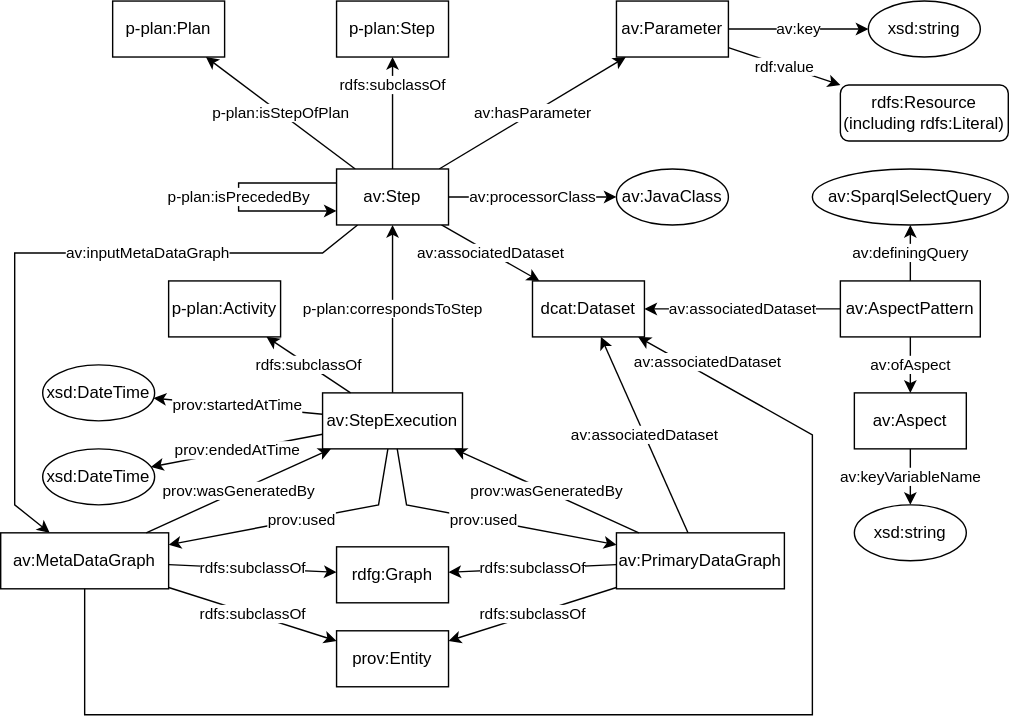
The draw.io diagram executionGraph.svg in fusion-jena/abecto-vocabulary, before a commit. Source tidied: cells renumbered, new cells last; positions are measured from the earlier drawing's top-left corner, leaving out a move shared by most shapes. The source it was exported from:
```xml
<mxGraphModel>
  <root>
    <mxCell id="0" />
    <mxCell id="1" parent="0" />
    <mxCell id="2" value="p-plan:isStepOfPlan" style="jettySize=auto;html=1;" parent="1" edge="1" source="6" target="7">
      <mxGeometry relative="1" as="geometry" />
    </mxCell>
    <mxCell id="3" value="av:associatedDataset" style="jettySize=auto;html=1;rounded=0;" parent="1" edge="1" source="6" target="8">
      <mxGeometry relative="1" as="geometry" />
    </mxCell>
    <mxCell id="4" value="av:hasParameter" style="edgeStyle=none;rounded=0;jettySize=auto;html=1;" parent="1" edge="1" source="6" target="13">
      <mxGeometry relative="1" as="geometry" />
    </mxCell>
    <mxCell id="5" value="av:inputMetaDataGraph" style="edgeStyle=none;rounded=0;jettySize=auto;html=1;" parent="1" edge="1" source="6" target="17">
      <mxGeometry x="-0.32" relative="1" as="geometry">
        <Array as="points">
          <mxPoint x="230" y="180" />
          <mxPoint x="10" y="180" />
          <mxPoint x="10" y="360" />
        </Array>
      </mxGeometry>
    </mxCell>
    <mxCell id="6" value="av:Step" style="whiteSpace=wrap;html=1;" parent="1" vertex="1">
      <mxGeometry x="240" y="120" width="80" height="40" as="geometry" />
    </mxCell>
    <mxCell id="7" value="p-plan:Plan" style="whiteSpace=wrap;html=1;" parent="1" vertex="1">
      <mxGeometry x="80" width="80" height="40" as="geometry" />
    </mxCell>
    <mxCell id="8" value="&lt;span style=&quot;background-color: rgb(255 , 255 , 255)&quot;&gt;&lt;font style=&quot;font-size: 12px&quot;&gt;dcat:Dataset&lt;/font&gt;&lt;/span&gt;" style="whiteSpace=wrap;html=1;" parent="1" vertex="1">
      <mxGeometry x="380" y="200" width="80" height="40" as="geometry" />
    </mxCell>
    <mxCell id="9" value="av:JavaClass" style="ellipse;whiteSpace=wrap;html=1;" parent="1" vertex="1">
      <mxGeometry x="440" y="120" width="80" height="40" as="geometry" />
    </mxCell>
    <mxCell id="10" value="av:processorClass" style="jettySize=auto;html=1;" parent="1" edge="1" source="6" target="9">
      <mxGeometry relative="1" as="geometry" />
    </mxCell>
    <mxCell id="11" value="av:key" style="edgeStyle=none;rounded=0;jettySize=auto;html=1;" parent="1" edge="1" source="13" target="14">
      <mxGeometry relative="1" as="geometry" />
    </mxCell>
    <mxCell id="12" value="rdf:value" style="edgeStyle=none;rounded=0;jettySize=auto;html=1;" parent="1" edge="1" source="13" target="36">
      <mxGeometry relative="1" as="geometry" />
    </mxCell>
    <mxCell id="13" value="av:Parameter" style="whiteSpace=wrap;html=1;" parent="1" vertex="1">
      <mxGeometry x="440" width="80" height="40" as="geometry" />
    </mxCell>
    <mxCell id="14" value="xsd:string" style="ellipse;whiteSpace=wrap;html=1;" parent="1" vertex="1">
      <mxGeometry x="620" width="80" height="40" as="geometry" />
    </mxCell>
    <mxCell id="15" value="p-plan:isPrecededBy" style="endArrow=classic;html=1;rounded=0;exitX=0;exitY=0.25;exitDx=0;exitDy=0;entryX=0;entryY=0.75;entryDx=0;entryDy=0;" parent="1" edge="1" source="6" target="6">
      <mxGeometry relative="1" as="geometry">
        <Array as="points">
          <mxPoint x="170" y="130" />
          <mxPoint x="170" y="150" />
        </Array>
      </mxGeometry>
    </mxCell>
    <mxCell id="16" value="rdfs:subclassOf" style="edgeStyle=none;rounded=0;jettySize=auto;html=1;" parent="1" edge="1" source="17" target="23">
      <mxGeometry relative="1" as="geometry" />
    </mxCell>
    <mxCell id="17" value="av:MetaDataGraph" style="whiteSpace=wrap;html=1;" parent="1" vertex="1">
      <mxGeometry y="380" width="120" height="40" as="geometry" />
    </mxCell>
    <mxCell id="18" value="rdfs:subclassOf" style="edgeStyle=none;rounded=0;jettySize=auto;html=1;" parent="1" edge="1" source="20" target="23">
      <mxGeometry relative="1" as="geometry" />
    </mxCell>
    <mxCell id="19" value="av:associatedDataset" style="edgeStyle=none;rounded=0;jettySize=auto;html=1;labelPosition=center;verticalLabelPosition=middle;align=center;verticalAlign=middle;" parent="1" edge="1" source="17" target="8">
      <mxGeometry x="0.89" y="-8" relative="1" as="geometry">
        <Array as="points">
          <mxPoint x="60" y="510" />
          <mxPoint x="580" y="510" />
          <mxPoint x="580" y="310" />
        </Array>
        <mxPoint y="-1" as="offset" />
      </mxGeometry>
    </mxCell>
    <mxCell id="20" value="av:PrimaryDataGraph" style="whiteSpace=wrap;html=1;" parent="1" vertex="1">
      <mxGeometry x="440" y="380" width="120" height="40" as="geometry" />
    </mxCell>
    <mxCell id="21" value="prov:startedAtTime" style="edgeStyle=none;rounded=0;jettySize=auto;html=1;" parent="1" edge="1" source="40" target="25">
      <mxGeometry relative="1" as="geometry" />
    </mxCell>
    <mxCell id="22" value="prov:endedAtTime" style="edgeStyle=none;rounded=0;jettySize=auto;html=1;" parent="1" edge="1" source="40" target="24">
      <mxGeometry relative="1" as="geometry" />
    </mxCell>
    <mxCell id="23" value="rdfg:Graph" style="whiteSpace=wrap;html=1;" parent="1" vertex="1">
      <mxGeometry x="240" y="390" width="80" height="40" as="geometry" />
    </mxCell>
    <mxCell id="24" value="xsd:DateTime" style="ellipse;whiteSpace=wrap;html=1;" parent="1" vertex="1">
      <mxGeometry x="30" y="320" width="80" height="40" as="geometry" />
    </mxCell>
    <mxCell id="25" value="xsd:DateTime" style="ellipse;whiteSpace=wrap;html=1;" parent="1" vertex="1">
      <mxGeometry x="30" y="260" width="80" height="40" as="geometry" />
    </mxCell>
    <mxCell id="26" value="av:ofAspect" style="edgeStyle=none;rounded=0;jettySize=auto;html=1;" parent="1" edge="1" source="30" target="28">
      <mxGeometry relative="1" as="geometry" />
    </mxCell>
    <mxCell id="27" value="av:keyVariableName" style="edgeStyle=none;rounded=0;jettySize=auto;html=1;" parent="1" edge="1" source="28" target="33">
      <mxGeometry relative="1" as="geometry" />
    </mxCell>
    <mxCell id="28" value="av:Aspect" style="whiteSpace=wrap;html=1;" parent="1" vertex="1">
      <mxGeometry x="610" y="280" width="80" height="40" as="geometry" />
    </mxCell>
    <mxCell id="29" value="av:definingQuery" style="edgeStyle=none;rounded=0;jettySize=auto;html=1;" parent="1" edge="1" source="30" target="32">
      <mxGeometry relative="1" as="geometry" />
    </mxCell>
    <mxCell id="30" value="av:AspectPattern" style="whiteSpace=wrap;html=1;" parent="1" vertex="1">
      <mxGeometry x="600" y="200" width="100" height="40" as="geometry" />
    </mxCell>
    <mxCell id="31" value="av:associatedDataset" style="jettySize=auto;html=1;rounded=0;" parent="1" edge="1" source="30" target="8">
      <mxGeometry relative="1" as="geometry" />
    </mxCell>
    <mxCell id="32" value="av:SparqlSelectQuery" style="ellipse;whiteSpace=wrap;html=1;" parent="1" vertex="1">
      <mxGeometry x="580" y="120" width="140" height="40" as="geometry" />
    </mxCell>
    <mxCell id="33" value="xsd:string" style="ellipse;whiteSpace=wrap;html=1;" parent="1" vertex="1">
      <mxGeometry x="610" y="360" width="80" height="40" as="geometry" />
    </mxCell>
    <mxCell id="34" value="p-plan:Step" style="whiteSpace=wrap;html=1;" parent="1" vertex="1">
      <mxGeometry x="240" width="80" height="40" as="geometry" />
    </mxCell>
    <mxCell id="35" value="rdfs:subclassOf" style="edgeStyle=none;rounded=0;jettySize=auto;html=1;" parent="1" edge="1" source="6" target="34">
      <mxGeometry x="0.5" relative="1" as="geometry" />
    </mxCell>
    <mxCell id="36" value="rdfs:Resource (including rdfs:Literal)" style="whiteSpace=wrap;html=1;rounded=1;" parent="1" vertex="1">
      <mxGeometry x="600" y="60" width="120" height="40" as="geometry" />
    </mxCell>
    <mxCell id="37" value="p-plan:correspondsToStep" style="rounded=0;jettySize=auto;html=1;" parent="1" edge="1" source="40" target="6">
      <mxGeometry relative="1" as="geometry" />
    </mxCell>
    <mxCell id="38" value="prov:wasGeneratedBy" style="rounded=0;jettySize=auto;html=1;" parent="1" edge="1" source="17" target="40">
      <mxGeometry relative="1" as="geometry" />
    </mxCell>
    <mxCell id="39" value="prov:used" style="edgeStyle=none;rounded=0;jettySize=auto;html=1;" parent="1" edge="1" source="40" target="17">
      <mxGeometry relative="1" as="geometry">
        <Array as="points">
          <mxPoint x="270" y="360" />
        </Array>
      </mxGeometry>
    </mxCell>
    <mxCell id="40" value="av:StepExecution" style="whiteSpace=wrap;html=1;" parent="1" vertex="1">
      <mxGeometry x="230" y="280" width="100" height="40" as="geometry" />
    </mxCell>
    <mxCell id="41" value="prov:Entity" style="whiteSpace=wrap;html=1;" parent="1" vertex="1">
      <mxGeometry x="240" y="450" width="80" height="40" as="geometry" />
    </mxCell>
    <mxCell id="42" value="rdfs:subclassOf" style="edgeStyle=none;rounded=0;jettySize=auto;html=1;" parent="1" edge="1" source="17" target="41">
      <mxGeometry relative="1" as="geometry" />
    </mxCell>
    <mxCell id="43" value="rdfs:subclassOf" style="edgeStyle=none;rounded=0;jettySize=auto;html=1;" parent="1" edge="1" source="20" target="41">
      <mxGeometry relative="1" as="geometry" />
    </mxCell>
    <mxCell id="44" value="av:associatedDataset" style="edgeStyle=none;rounded=0;jettySize=auto;html=1;labelPosition=center;verticalLabelPosition=middle;align=center;verticalAlign=middle;spacing=2;" parent="1" edge="1" source="20" target="8">
      <mxGeometry relative="1" as="geometry" />
    </mxCell>
    <mxCell id="45" value="prov:wasGeneratedBy" style="rounded=0;jettySize=auto;html=1;" parent="1" edge="1" source="20" target="40">
      <mxGeometry relative="1" as="geometry" />
    </mxCell>
    <mxCell id="46" value="prov:used" style="edgeStyle=none;rounded=0;jettySize=auto;html=1;" parent="1" edge="1" source="40" target="20">
      <mxGeometry relative="1" as="geometry">
        <Array as="points">
          <mxPoint x="290" y="360" />
        </Array>
      </mxGeometry>
    </mxCell>
    <mxCell id="47" value="p-plan:Activity" style="whiteSpace=wrap;html=1;" parent="1" vertex="1">
      <mxGeometry x="120" y="200" width="80" height="40" as="geometry" />
    </mxCell>
    <mxCell id="48" value="rdfs:subclassOf" style="edgeStyle=none;rounded=0;jettySize=auto;html=1;" parent="1" edge="1" source="40" target="47">
      <mxGeometry relative="1" as="geometry" />
    </mxCell>
  </root>
</mxGraphModel>
```
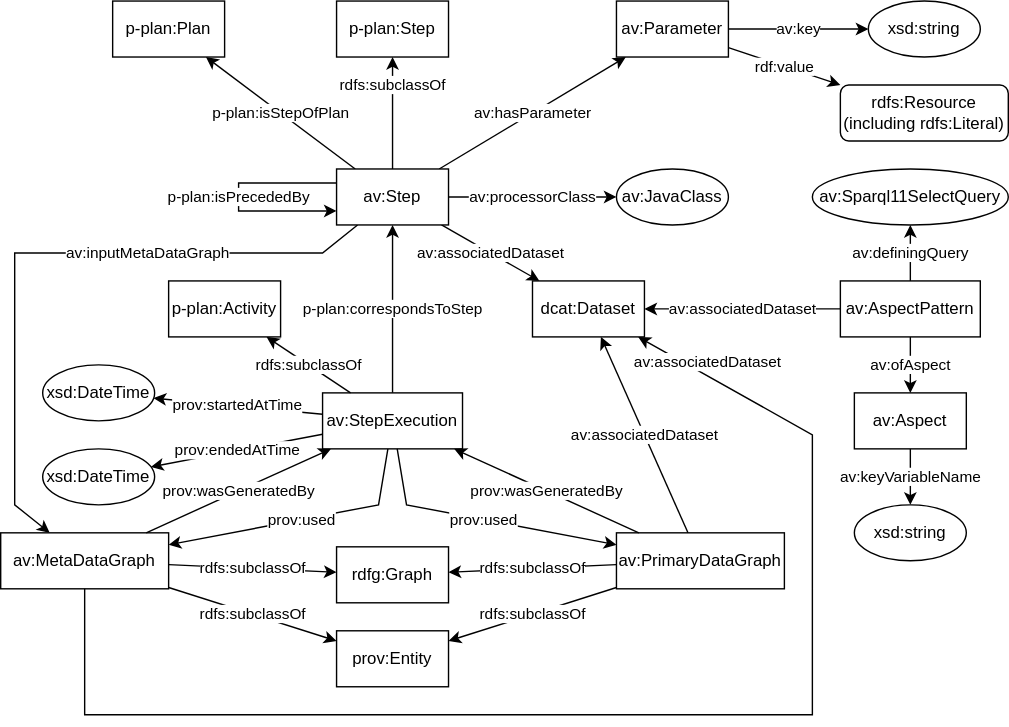
The same file after the commit.

Diff of the diagram source:
```diff
@@ -110,7 +110,7 @@
     <mxCell id="31" value="av:associatedDataset" style="jettySize=auto;html=1;rounded=0;" parent="1" edge="1" source="30" target="8">
       <mxGeometry relative="1" as="geometry" />
     </mxCell>
-    <mxCell id="32" value="av:SparqlSelectQuery" style="ellipse;whiteSpace=wrap;html=1;" parent="1" vertex="1">
+    <mxCell id="32" value="av:Sparql11SelectQuery" style="ellipse;whiteSpace=wrap;html=1;" parent="1" vertex="1">
       <mxGeometry x="580" y="120" width="140" height="40" as="geometry" />
     </mxCell>
     <mxCell id="33" value="xsd:string" style="ellipse;whiteSpace=wrap;html=1;" parent="1" vertex="1">
```
